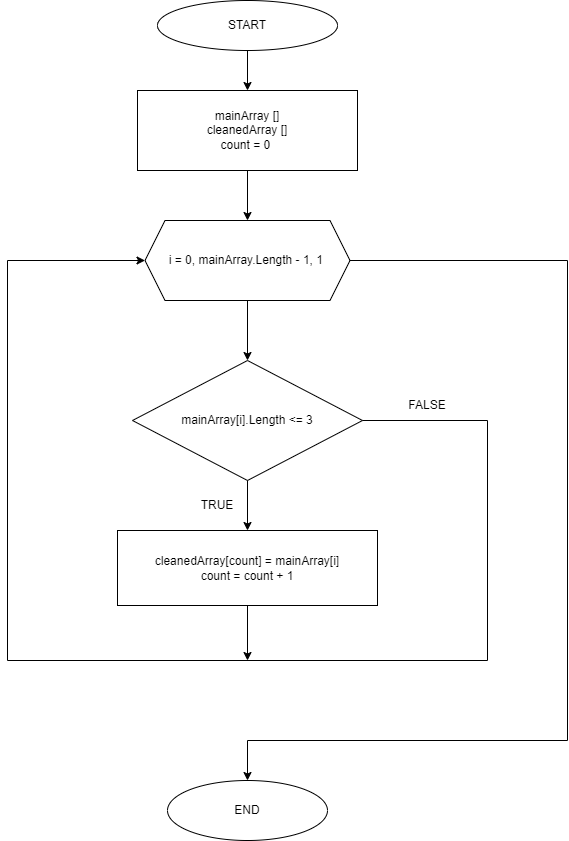
Earlier version of the draw.io export Diagram.drawio.png (s-metrolog-s/Final_task). Source tidied: cells renumbered, new cells last; positions are measured from the earlier drawing's top-left corner, leaving out a move shared by most shapes. Source of this version:
```xml
<mxGraphModel>
  <root>
    <mxCell id="0" />
    <mxCell id="1" parent="0" />
    <mxCell id="2" style="edgeStyle=none;html=1;" parent="1" edge="1" source="3" target="5">
      <mxGeometry relative="1" as="geometry" />
    </mxCell>
    <mxCell id="3" value="START" style="ellipse;whiteSpace=wrap;html=1;" parent="1" vertex="1">
      <mxGeometry x="150" width="180" height="50" as="geometry" />
    </mxCell>
    <mxCell id="4" style="edgeStyle=none;html=1;" parent="1" edge="1" source="5" target="7">
      <mxGeometry relative="1" as="geometry" />
    </mxCell>
    <mxCell id="5" value="mainArray []&lt;br&gt;cleanedArray []&lt;br&gt;count = 0&amp;nbsp;" style="whiteSpace=wrap;html=1;" parent="1" vertex="1">
      <mxGeometry x="130" y="90" width="220" height="80" as="geometry" />
    </mxCell>
    <mxCell id="6" style="edgeStyle=none;html=1;" parent="1" edge="1" source="7" target="9">
      <mxGeometry relative="1" as="geometry" />
    </mxCell>
    <mxCell id="7" value="i = 0, mainArray.Length - 1, 1&amp;nbsp;" style="shape=hexagon;perimeter=hexagonPerimeter2;whiteSpace=wrap;html=1;fixedSize=1;" parent="1" vertex="1">
      <mxGeometry x="137.5" y="220" width="205" height="80" as="geometry" />
    </mxCell>
    <mxCell id="8" style="edgeStyle=none;html=1;" parent="1" edge="1" source="9" target="10">
      <mxGeometry relative="1" as="geometry" />
    </mxCell>
    <mxCell id="9" value="mainArray[i].Length &amp;lt;= 3" style="rhombus;whiteSpace=wrap;html=1;" parent="1" vertex="1">
      <mxGeometry x="125" y="360" width="230" height="120" as="geometry" />
    </mxCell>
    <mxCell id="10" value="cleanedArray[count] = mainArray[i]&lt;br&gt;count = count + 1" style="whiteSpace=wrap;html=1;" parent="1" vertex="1">
      <mxGeometry x="110" y="530" width="260" height="75" as="geometry" />
    </mxCell>
    <mxCell id="11" style="endArrow=classic;html=1;entryX=0;entryY=0.5;entryDx=0;entryDy=0;" parent="1" edge="1" target="7">
      <mxGeometry relative="1" as="geometry">
        <mxPoint y="260" as="sourcePoint" />
      </mxGeometry>
    </mxCell>
    <mxCell id="12" style="endArrow=none;html=1;exitX=1;exitY=0.5;exitDx=0;exitDy=0;" parent="1" edge="1" source="9">
      <mxGeometry relative="1" as="geometry">
        <mxPoint x="480" y="420" as="targetPoint" />
      </mxGeometry>
    </mxCell>
    <mxCell id="13" style="endArrow=none;html=1;" parent="1" edge="1">
      <mxGeometry relative="1" as="geometry">
        <mxPoint x="480" y="660" as="sourcePoint" />
        <mxPoint x="480" y="420" as="targetPoint" />
      </mxGeometry>
    </mxCell>
    <mxCell id="14" style="endArrow=none;html=1;" parent="1" edge="1">
      <mxGeometry relative="1" as="geometry">
        <mxPoint y="660" as="sourcePoint" />
        <mxPoint x="480" y="660" as="targetPoint" />
      </mxGeometry>
    </mxCell>
    <mxCell id="15" style="endArrow=none;html=1;" parent="1" edge="1">
      <mxGeometry relative="1" as="geometry">
        <mxPoint y="660" as="sourcePoint" />
        <mxPoint y="260" as="targetPoint" />
      </mxGeometry>
    </mxCell>
    <mxCell id="16" style="endArrow=classic;html=1;exitX=0.5;exitY=1;exitDx=0;exitDy=0;" parent="1" edge="1" source="10">
      <mxGeometry relative="1" as="geometry">
        <mxPoint x="240" y="660" as="targetPoint" />
      </mxGeometry>
    </mxCell>
    <mxCell id="17" value="FALSE" style="text;html=1;strokeColor=none;fillColor=none;align=center;verticalAlign=middle;whiteSpace=wrap;rounded=0;" parent="1" vertex="1">
      <mxGeometry x="390" y="390" width="60" height="30" as="geometry" />
    </mxCell>
    <mxCell id="18" value="TRUE" style="text;html=1;strokeColor=none;fillColor=none;align=center;verticalAlign=middle;whiteSpace=wrap;rounded=0;" parent="1" vertex="1">
      <mxGeometry x="180" y="490" width="60" height="30" as="geometry" />
    </mxCell>
    <mxCell id="19" style="endArrow=none;html=1;exitX=1;exitY=0.5;exitDx=0;exitDy=0;" parent="1" edge="1" source="7">
      <mxGeometry relative="1" as="geometry">
        <mxPoint x="560" y="260" as="targetPoint" />
      </mxGeometry>
    </mxCell>
    <mxCell id="20" style="endArrow=none;html=1;" parent="1" edge="1">
      <mxGeometry relative="1" as="geometry">
        <mxPoint x="560" y="740" as="sourcePoint" />
        <mxPoint x="560" y="260" as="targetPoint" />
      </mxGeometry>
    </mxCell>
    <mxCell id="21" style="endArrow=none;html=1;" parent="1" edge="1">
      <mxGeometry relative="1" as="geometry">
        <mxPoint x="240" y="740" as="sourcePoint" />
        <mxPoint x="560" y="740" as="targetPoint" />
      </mxGeometry>
    </mxCell>
    <mxCell id="22" style="endArrow=classic;html=1;entryX=0.5;entryY=0;entryDx=0;entryDy=0;" parent="1" edge="1">
      <mxGeometry relative="1" as="geometry">
        <mxPoint x="240" y="740" as="sourcePoint" />
        <mxPoint x="240" y="780" as="targetPoint" />
      </mxGeometry>
    </mxCell>
    <mxCell id="23" value="END" style="ellipse;whiteSpace=wrap;html=1;" parent="1" vertex="1">
      <mxGeometry x="160" y="780" width="160" height="60" as="geometry" />
    </mxCell>
  </root>
</mxGraphModel>
```
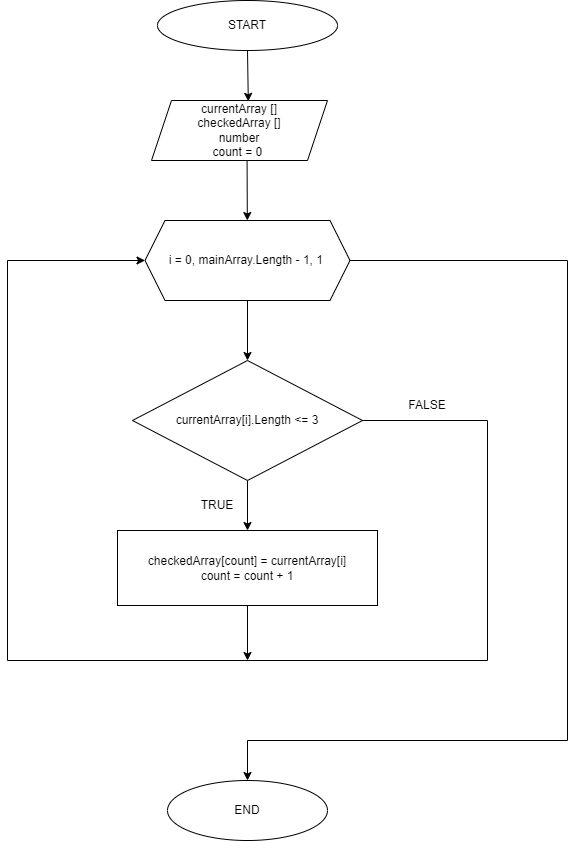
After the commit.

Commit message:
Блок-схема основного метода (поправил названия переменных)

The edit, as a diff of the source:
```diff
@@ -2,18 +2,15 @@
   <root>
     <mxCell id="0" />
     <mxCell id="1" parent="0" />
-    <mxCell id="2" style="edgeStyle=none;html=1;" parent="1" edge="1" source="3" target="5">
+    <mxCell id="2" style="edgeStyle=none;html=1;entryX=0.55;entryY=0.014;entryDx=0;entryDy=0;entryPerimeter=0;" parent="1" edge="1" source="3" target="24">
       <mxGeometry relative="1" as="geometry" />
     </mxCell>
     <mxCell id="3" value="START" style="ellipse;whiteSpace=wrap;html=1;" parent="1" vertex="1">
       <mxGeometry x="150" width="180" height="50" as="geometry" />
     </mxCell>
-    <mxCell id="4" style="edgeStyle=none;html=1;" parent="1" edge="1" source="5" target="7">
+    <mxCell id="4" style="edgeStyle=none;html=1;exitX=0.543;exitY=0.981;exitDx=0;exitDy=0;exitPerimeter=0;" parent="1" edge="1" source="24" target="7">
       <mxGeometry relative="1" as="geometry" />
     </mxCell>
-    <mxCell id="5" value="mainArray []&lt;br&gt;cleanedArray []&lt;br&gt;count = 0&amp;nbsp;" style="whiteSpace=wrap;html=1;" parent="1" vertex="1">
-      <mxGeometry x="130" y="90" width="220" height="80" as="geometry" />
-    </mxCell>
     <mxCell id="6" style="edgeStyle=none;html=1;" parent="1" edge="1" source="7" target="9">
       <mxGeometry relative="1" as="geometry" />
     </mxCell>
@@ -23,10 +20,10 @@
     <mxCell id="8" style="edgeStyle=none;html=1;" parent="1" edge="1" source="9" target="10">
       <mxGeometry relative="1" as="geometry" />
     </mxCell>
-    <mxCell id="9" value="mainArray[i].Length &amp;lt;= 3" style="rhombus;whiteSpace=wrap;html=1;" parent="1" vertex="1">
+    <mxCell id="9" value="currentArray[i].Length &amp;lt;= 3" style="rhombus;whiteSpace=wrap;html=1;" parent="1" vertex="1">
       <mxGeometry x="125" y="360" width="230" height="120" as="geometry" />
     </mxCell>
-    <mxCell id="10" value="cleanedArray[count] = mainArray[i]&lt;br&gt;count = count + 1" style="whiteSpace=wrap;html=1;" parent="1" vertex="1">
+    <mxCell id="10" value="checkedArray[count] = currentArray[i]&lt;br&gt;count = count + 1" style="whiteSpace=wrap;html=1;" parent="1" vertex="1">
       <mxGeometry x="110" y="530" width="260" height="75" as="geometry" />
     </mxCell>
     <mxCell id="11" style="endArrow=classic;html=1;entryX=0;entryY=0.5;entryDx=0;entryDy=0;" parent="1" edge="1" target="7">
@@ -94,5 +91,8 @@
     <mxCell id="23" value="END" style="ellipse;whiteSpace=wrap;html=1;" parent="1" vertex="1">
       <mxGeometry x="160" y="780" width="160" height="60" as="geometry" />
     </mxCell>
+    <mxCell id="24" value="&lt;span&gt;currentArray []&lt;/span&gt;&lt;br&gt;&lt;span&gt;checkedArray []&lt;/span&gt;&lt;br&gt;&lt;span&gt;number&lt;/span&gt;&lt;br&gt;&lt;span&gt;count = 0&amp;nbsp;&lt;/span&gt;" style="shape=parallelogram;perimeter=parallelogramPerimeter;whiteSpace=wrap;html=1;fixedSize=1;" parent="1" vertex="1">
+      <mxGeometry x="144" y="100" width="176" height="60" as="geometry" />
+    </mxCell>
   </root>
 </mxGraphModel>
```
